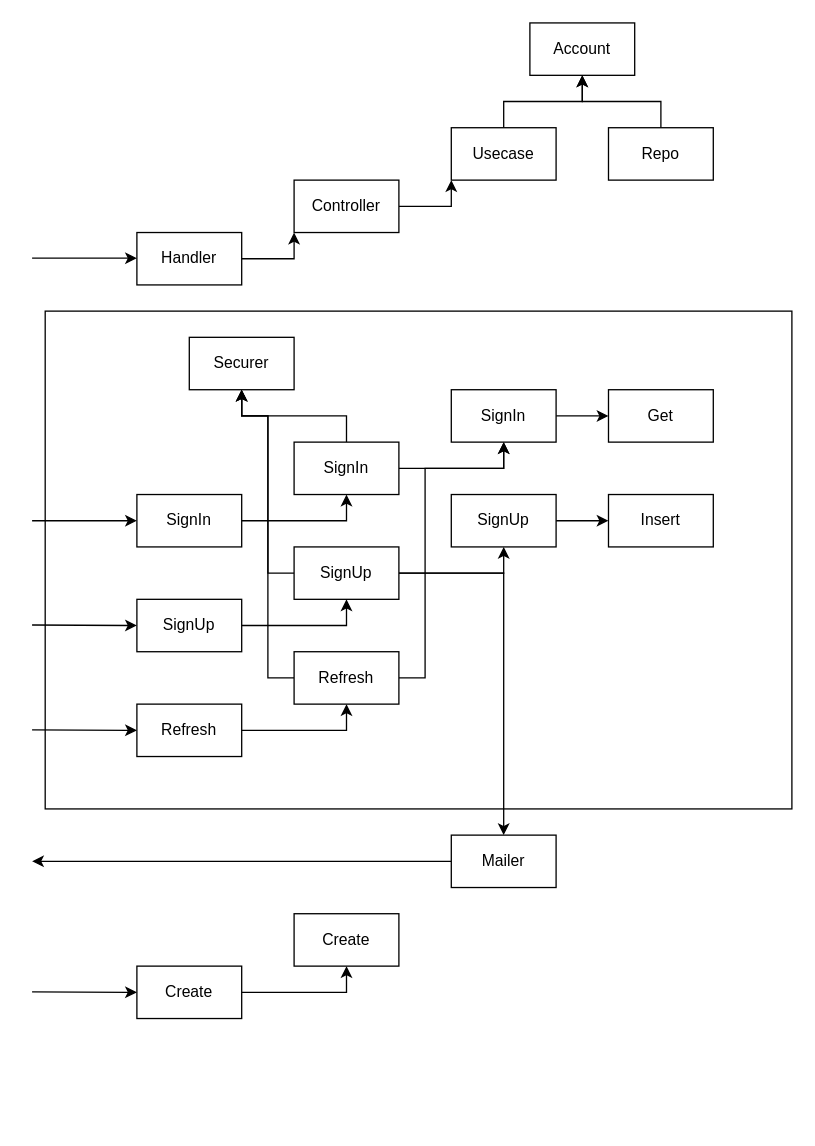
The draw.io diagram scheme.drawio in alexsibrin/runbot-auth, before the edit. Source tidied: cells renumbered, new cells numbered last; positions are measured from the earlier drawing's top-left corner, leaving out a move shared by most shapes. Both pictures are drawn from the tidied source at 131%, with x=0, y=0 at pixel (31, 22).
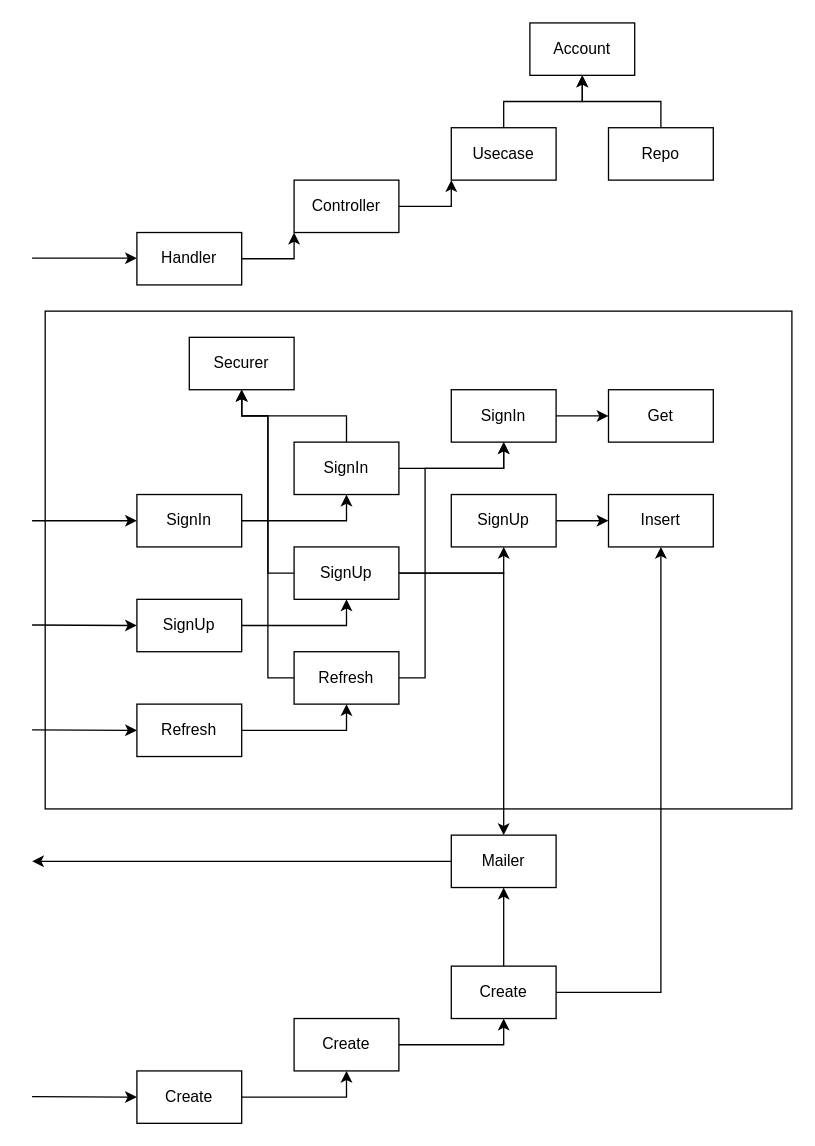
After the change.

Unchanged cells that the change refers to:
```xml
<mxCell id="33" value="Insert" style="rounded=0;whiteSpace=wrap;html=1;" parent="1" vertex="1">
  <mxGeometry x="440" y="360" width="80" height="40" as="geometry" />
</mxCell>
<mxCell id="43" value="Mailer" style="rounded=0;whiteSpace=wrap;html=1;" parent="1" vertex="1">
  <mxGeometry x="320" y="620" width="80" height="40" as="geometry" />
</mxCell>
```

Change to the diagram source:
```diff
@@
     <mxCell id="40" value="Create" style="rounded=0;whiteSpace=wrap;html=1;" parent="1" vertex="1">
-      <mxGeometry x="80" y="720" width="80" height="40" as="geometry" />
+      <mxGeometry x="80" y="800" width="80" height="40" as="geometry" />
     </mxCell>
     <mxCell id="41" style="endArrow=classic;html=1;entryX=0;entryY=0.5;entryDx=0;entryDy=0;" parent="1" edge="1" target="40">
       <mxGeometry relative="1" as="geometry">
-        <mxPoint y="739.6" as="sourcePoint" />
+        <mxPoint y="819.6" as="sourcePoint" />
       </mxGeometry>
     </mxCell>
@@
+    <mxCell id="45" style="edgeStyle=orthogonalEdgeStyle;rounded=0;jettySize=auto;html=1;entryX=0.5;entryY=1;entryDx=0;entryDy=0;" parent="1" edge="1" source="44" target="48">
+      <mxGeometry relative="1" as="geometry" />
+    </mxCell>
     <mxCell id="44" value="Create" style="rounded=0;whiteSpace=wrap;html=1;" parent="1" vertex="1">
-      <mxGeometry x="200" y="680" width="80" height="40" as="geometry" />
+      <mxGeometry x="200" y="760" width="80" height="40" as="geometry" />
     </mxCell>
+    <mxCell id="46" style="edgeStyle=orthogonalEdgeStyle;rounded=0;jettySize=auto;html=1;" parent="1" edge="1" source="48" target="33">
+      <mxGeometry relative="1" as="geometry" />
+    </mxCell>
+    <mxCell id="47" style="edgeStyle=orthogonalEdgeStyle;rounded=0;jettySize=auto;html=1;entryX=0.5;entryY=1;entryDx=0;entryDy=0;" parent="1" edge="1" source="48" target="43">
+      <mxGeometry relative="1" as="geometry" />
+    </mxCell>
+    <mxCell id="48" value="Create" style="rounded=0;whiteSpace=wrap;html=1;" parent="1" vertex="1">
+      <mxGeometry x="320" y="720" width="80" height="40" as="geometry" />
+    </mxCell>
```
